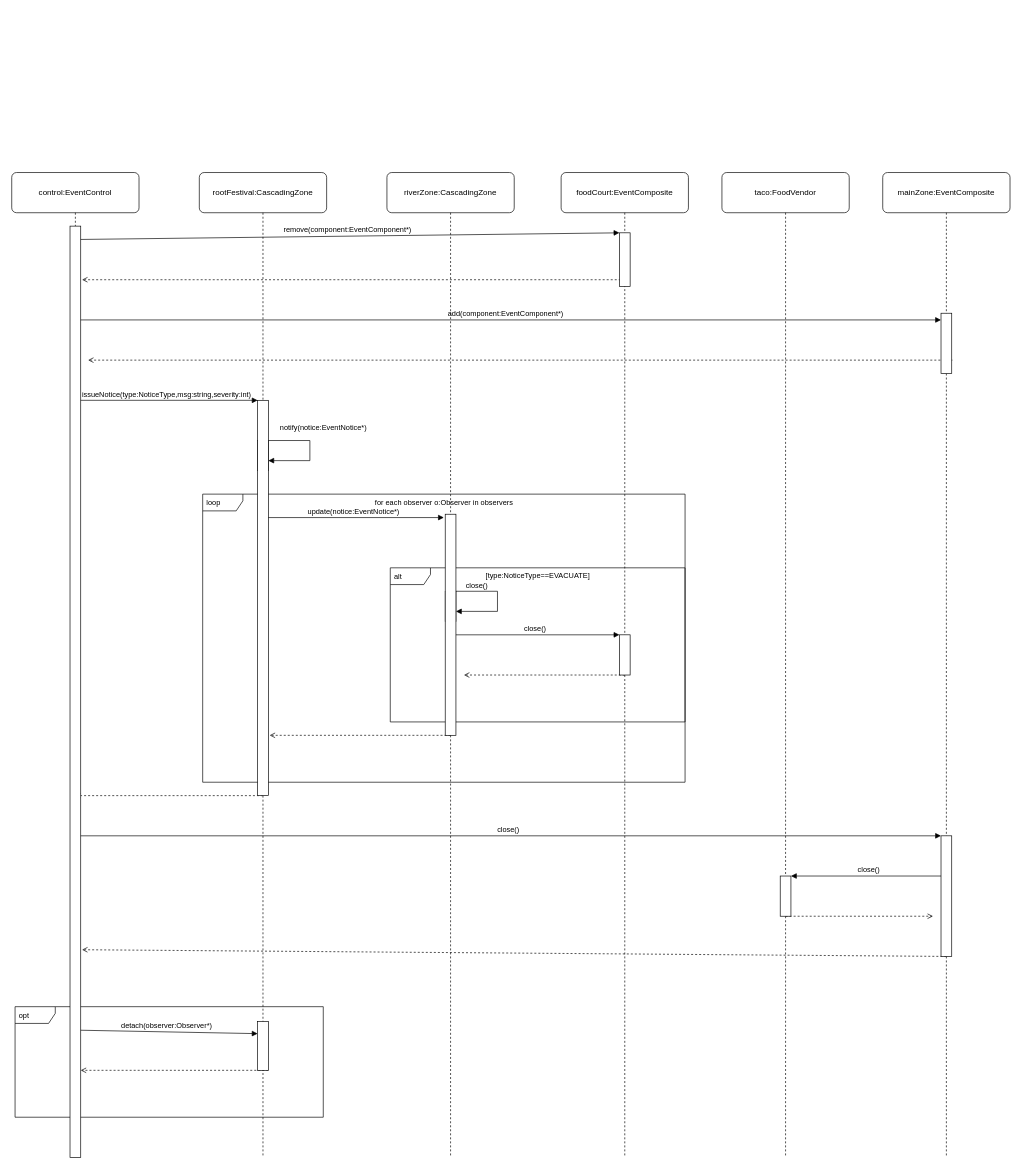
The draw.io diagram SD4.drawio in Fluffyboyyy/Cos214Prac3, before the edit. Source tidied: cells renumbered, new cells numbered last; positions are measured from the earlier drawing's top-left corner, leaving out a move shared by most shapes. Both pictures are drawn from the tidied source at 67%, with x=0, y=0 at pixel (11, 172).
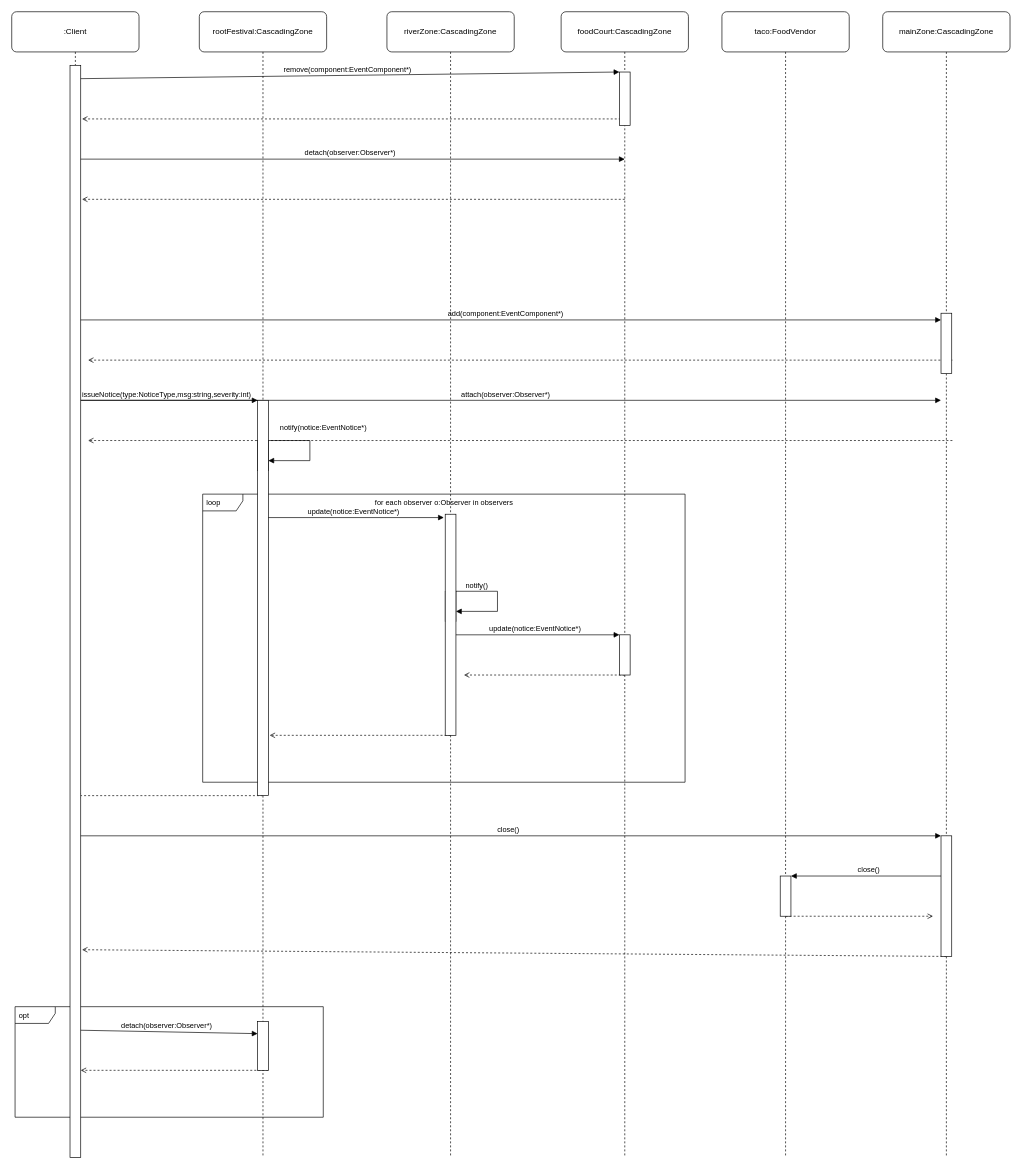
After the change.

Unchanged cells that the change refers to:
```xml
<mxCell id="45" style="rounded=0;whiteSpace=wrap;html=1;fillColor=#FFFFFF;strokeColor=#000000;" parent="1" vertex="1">
  <mxGeometry x="907" y="690" width="16" height="60" as="geometry" />
</mxCell>
```

Diff of the diagram source:
```diff
@@
-    <mxCell id="2" value="alt" style="shape=umlFrame;whiteSpace=wrap;html=1;fillColor=none;strokeColor=#000000;fontColor=#000000;fontSize=11;verticalAlign=top;align=left;spacingLeft=4;width=60;height=25;" parent="1" vertex="1">
-      <mxGeometry x="565" y="590" width="440" height="230" as="geometry" />
-    </mxCell>
@@
-    <mxCell id="5" value="control:EventControl" style="rounded=1;whiteSpace=wrap;html=1;fillColor=none;strokeColor=#000000;fontColor=#000000;arcSize=12;fontSize=12;align=center;verticalAlign=middle;" parent="1" vertex="1">
-      <mxGeometry width="190" height="60" as="geometry" />
+    <mxCell id="5" value=":Client" style="rounded=1;whiteSpace=wrap;html=1;fillColor=none;strokeColor=#000000;fontColor=#000000;arcSize=12;fontSize=12;align=center;verticalAlign=middle;" parent="1" vertex="1">
+      <mxGeometry y="-240" width="190" height="60" as="geometry" />
     </mxCell>
     <mxCell id="6" value="rootFestival:CascadingZone" style="rounded=1;whiteSpace=wrap;html=1;fillColor=none;strokeColor=#000000;fontColor=#000000;arcSize=12;fontSize=12;align=center;verticalAlign=middle;" parent="1" vertex="1">
-      <mxGeometry x="280" width="190" height="60" as="geometry" />
+      <mxGeometry x="280" y="-240" width="190" height="60" as="geometry" />
     </mxCell>
     <mxCell id="7" value="riverZone:CascadingZone" style="rounded=1;whiteSpace=wrap;html=1;fillColor=none;strokeColor=#000000;fontColor=#000000;arcSize=12;fontSize=12;align=center;verticalAlign=middle;" parent="1" vertex="1">
-      <mxGeometry x="560" width="190" height="60" as="geometry" />
+      <mxGeometry x="560" y="-240" width="190" height="60" as="geometry" />
     </mxCell>
-    <mxCell id="8" value="foodCourt:EventComposite" style="rounded=1;whiteSpace=wrap;html=1;fillColor=none;strokeColor=#000000;fontColor=#000000;arcSize=12;fontSize=12;align=center;verticalAlign=middle;" parent="1" vertex="1">
-      <mxGeometry x="820" width="190" height="60" as="geometry" />
+    <mxCell id="8" value="foodCourt:CascadingZone" style="rounded=1;whiteSpace=wrap;html=1;fillColor=none;strokeColor=#000000;fontColor=#000000;arcSize=12;fontSize=12;align=center;verticalAlign=middle;" parent="1" vertex="1">
+      <mxGeometry x="820" y="-240" width="190" height="60" as="geometry" />
     </mxCell>
     <mxCell id="9" value="taco:FoodVendor" style="rounded=1;whiteSpace=wrap;html=1;fillColor=none;strokeColor=#000000;fontColor=#000000;arcSize=12;fontSize=12;align=center;verticalAlign=middle;" parent="1" vertex="1">
-      <mxGeometry x="1060" width="190" height="60" as="geometry" />
+      <mxGeometry x="1060" y="-240" width="190" height="60" as="geometry" />
     </mxCell>
-    <mxCell id="10" value="mainZone:EventComposite" style="rounded=1;whiteSpace=wrap;html=1;fillColor=none;strokeColor=#000000;fontColor=#000000;arcSize=12;fontSize=12;align=center;verticalAlign=middle;" parent="1" vertex="1">
-      <mxGeometry x="1300" width="190" height="60" as="geometry" />
+    <mxCell id="10" value="mainZone:CascadingZone" style="rounded=1;whiteSpace=wrap;html=1;fillColor=none;strokeColor=#000000;fontColor=#000000;arcSize=12;fontSize=12;align=center;verticalAlign=middle;" parent="1" vertex="1">
+      <mxGeometry x="1300" y="-240" width="190" height="60" as="geometry" />
     </mxCell>
+    <mxCell id="53" value="detach(observer:Observer*)" style="endArrow=block;html=1;fillColor=none;strokeColor=#000000;fontColor=#000000;fontSize=11;align=center;verticalAlign=bottom;labelBackgroundColor=none;" parent="1" edge="1">
+      <mxGeometry relative="1" as="geometry">
+        <mxPoint x="95" y="-20" as="sourcePoint" />
+        <mxPoint x="915" y="-20" as="targetPoint" />
+      </mxGeometry>
+    </mxCell>
+    <mxCell id="54" style="endArrow=open;dashed=1;html=1;strokeColor=#000000;fontColor=#000000;fontSize=11;align=center;verticalAlign=bottom;" parent="1" edge="1">
+      <mxGeometry relative="1" as="geometry">
+        <mxPoint x="915" y="40" as="sourcePoint" />
+        <mxPoint x="105" y="40" as="targetPoint" />
+      </mxGeometry>
+    </mxCell>
     <mxCell id="11" value="remove(component:EventComponent*)" style="endArrow=block;html=1;fillColor=none;strokeColor=#000000;fontColor=#000000;fontSize=11;align=center;verticalAlign=bottom;labelBackgroundColor=none;entryX=0;entryY=0;entryDx=0;entryDy=0;" parent="1" edge="1" target="41">
       <mxGeometry relative="1" as="geometry">
-        <mxPoint x="95" y="100" as="sourcePoint" />
+        <mxPoint x="95" y="-140" as="sourcePoint" />
       </mxGeometry>
     </mxCell>
     <mxCell id="12" style="endArrow=open;dashed=1;html=1;strokeColor=#000000;fontColor=#000000;fontSize=11;align=center;verticalAlign=bottom;" parent="1" edge="1">
       <mxGeometry relative="1" as="geometry">
-        <mxPoint x="915" y="160" as="sourcePoint" />
-        <mxPoint x="105" y="160" as="targetPoint" />
+        <mxPoint x="915" y="-80" as="sourcePoint" />
+        <mxPoint x="105" y="-80" as="targetPoint" />
       </mxGeometry>
     </mxCell>
+    <mxCell id="55" value="attach(observer:Observer*)" style="endArrow=block;html=1;fillColor=none;strokeColor=#000000;fontColor=#000000;fontSize=11;align=center;verticalAlign=bottom;labelBackgroundColor=none;" parent="1" edge="1">
+      <mxGeometry relative="1" as="geometry">
+        <mxPoint x="87" y="340" as="sourcePoint" />
+        <mxPoint x="1387" y="340" as="targetPoint" />
+      </mxGeometry>
+    </mxCell>
+    <mxCell id="56" style="endArrow=open;dashed=1;html=1;strokeColor=#000000;fontColor=#000000;fontSize=11;align=center;verticalAlign=bottom;" parent="1" edge="1">
+      <mxGeometry relative="1" as="geometry">
+        <mxPoint x="1404" y="400" as="sourcePoint" />
+        <mxPoint x="114" y="400" as="targetPoint" />
+      </mxGeometry>
+    </mxCell>
@@
-    <mxCell id="21" value="[type:NoticeType==EVACUATE]" style="text;html=1;fontColor=#000000;fontSize=11;align=center;verticalAlign=middle;" parent="1" vertex="1">
-      <mxGeometry x="635" y="592" width="300" height="20" as="geometry" />
-    </mxCell>
-    <mxCell id="22" value="close()" style="endArrow=none;html=1;fillColor=none;strokeColor=#000000;fontColor=#000000;fontSize=11;align=center;verticalAlign=bottom;" parent="1" edge="1">
+    <mxCell id="22" value="notify()" style="endArrow=none;html=1;fillColor=none;strokeColor=#000000;fontColor=#000000;fontSize=11;align=center;verticalAlign=bottom;" parent="1" edge="1">
       <mxGeometry relative="1" as="geometry">
         <mxPoint x="663" y="625" as="sourcePoint" />
         <mxPoint x="725" y="625" as="targetPoint" />
       </mxGeometry>
     </mxCell>
@@
-    <mxCell id="25" value="close()" style="endArrow=block;html=1;fillColor=none;strokeColor=#000000;fontColor=#000000;fontSize=11;align=center;verticalAlign=bottom;labelBackgroundColor=none;entryX=0;entryY=0;entryDx=0;entryDy=0;" parent="1" edge="1" target="45">
+    <mxCell id="25" value="update(notice:EventNotice*)" style="endArrow=block;html=1;fillColor=none;strokeColor=#000000;fontColor=#000000;fontSize=11;align=center;verticalAlign=bottom;labelBackgroundColor=none;entryX=0;entryY=0;entryDx=0;entryDy=0;" parent="1" edge="1" target="45">
       <mxGeometry relative="1" as="geometry">
         <mxPoint x="655" y="690" as="sourcePoint" />
       </mxGeometry>
     </mxCell>
@@
     <mxCell id="36" style="endArrow=none;dashed=1;html=1;strokeColor=#000000;" parent="1" edge="1">
       <mxGeometry relative="1" as="geometry">
-        <mxPoint x="375" y="60" as="sourcePoint" />
+        <mxPoint x="375" y="-180" as="sourcePoint" />
         <mxPoint x="375" y="1470" as="targetPoint" />
       </mxGeometry>
     </mxCell>
     <mxCell id="37" style="endArrow=none;dashed=1;html=1;strokeColor=#000000;" parent="1" edge="1">
       <mxGeometry relative="1" as="geometry">
-        <mxPoint x="655" y="60" as="sourcePoint" />
+        <mxPoint x="655" y="-180" as="sourcePoint" />
         <mxPoint x="655" y="1470" as="targetPoint" />
       </mxGeometry>
     </mxCell>
     <mxCell id="38" style="endArrow=none;dashed=1;html=1;strokeColor=#000000;" parent="1" edge="1">
       <mxGeometry relative="1" as="geometry">
-        <mxPoint x="915" y="60" as="sourcePoint" />
+        <mxPoint x="915" y="-180" as="sourcePoint" />
         <mxPoint x="915" y="1470" as="targetPoint" />
       </mxGeometry>
     </mxCell>
     <mxCell id="39" style="endArrow=none;dashed=1;html=1;strokeColor=#000000;" parent="1" edge="1">
       <mxGeometry relative="1" as="geometry">
-        <mxPoint x="1155" y="60" as="sourcePoint" />
+        <mxPoint x="1155" y="-180" as="sourcePoint" />
         <mxPoint x="1155" y="1470" as="targetPoint" />
       </mxGeometry>
     </mxCell>
     <mxCell id="40" style="endArrow=none;dashed=1;html=1;strokeColor=#000000;" parent="1" edge="1">
       <mxGeometry relative="1" as="geometry">
-        <mxPoint x="1395" y="60" as="sourcePoint" />
+        <mxPoint x="1395" y="-180" as="sourcePoint" />
         <mxPoint x="1395" y="1470" as="targetPoint" />
       </mxGeometry>
     </mxCell>
     <mxCell id="41" style="rounded=0;whiteSpace=wrap;html=1;fillColor=#FFFFFF;strokeColor=#000000;" parent="1" vertex="1">
-      <mxGeometry x="907" y="90" width="16" height="80" as="geometry" />
+      <mxGeometry x="907" y="-150" width="16" height="80" as="geometry" />
     </mxCell>
@@
     <mxCell id="51" style="endArrow=none;dashed=1;html=1;strokeColor=#000000;" parent="1" edge="1" target="52">
       <mxGeometry relative="1" as="geometry">
-        <mxPoint x="95" y="60" as="sourcePoint" />
+        <mxPoint x="95" y="-180" as="sourcePoint" />
       </mxGeometry>
     </mxCell>
     <mxCell id="52" style="rounded=0;whiteSpace=wrap;html=1;fillColor=#FFFFFF;strokeColor=#000000;" parent="1" vertex="1">
-      <mxGeometry x="87" y="80" width="16" height="1390" as="geometry" />
+      <mxGeometry x="87" y="-160" width="16" height="1630" as="geometry" />
     </mxCell>
```
